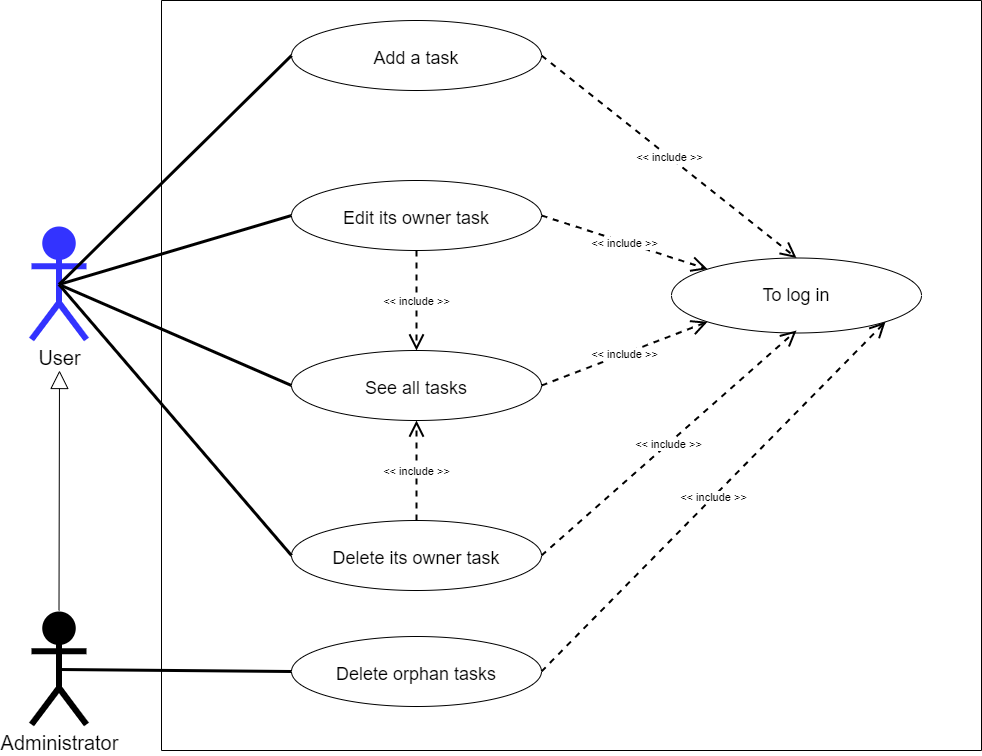
Earlier version of the draw.io export diagrams/P8_UML_DiagrammeCasUtilisation-Manage Tasks.drawio.png (siakamansaly/Audit-and-Improve-Symfony-App). Source tidied: cells renumbered, new cells last; positions are measured from the earlier drawing's top-left corner, leaving out a move shared by most shapes.
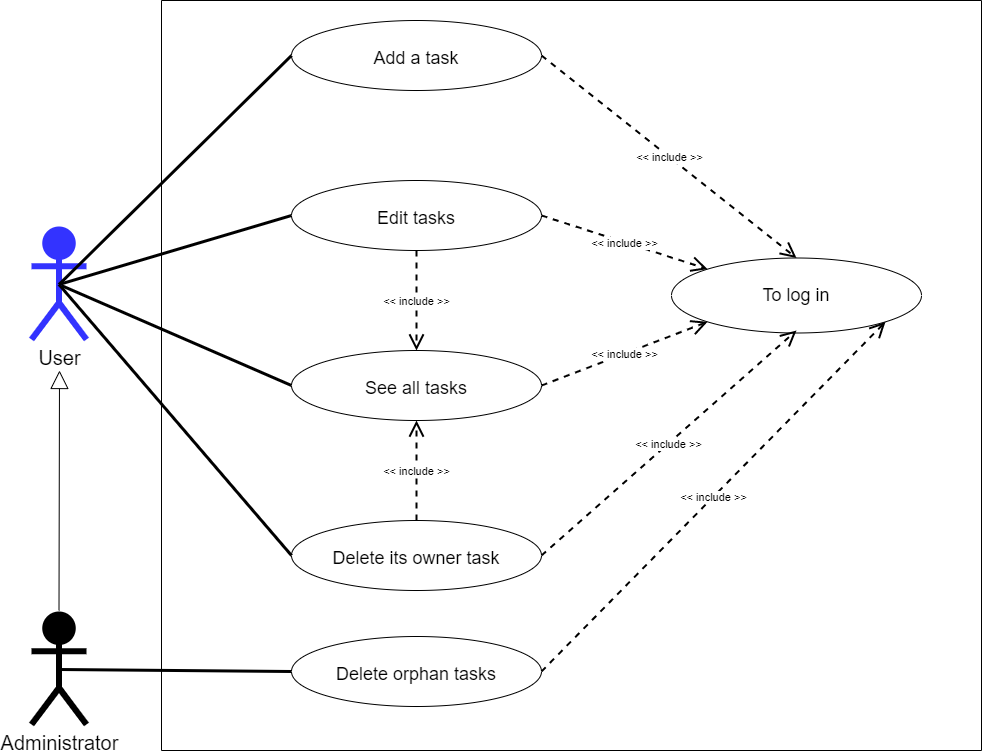
After the commit.

Commit message:
update uml diagrams

The edit, as a diff of the source:
```diff
@@ -34,7 +34,7 @@
         </mxGeometry>
       </mxCell>
     </object>
-    <mxCell id="9" value="Edit its owner task" style="ellipse;whiteSpace=wrap;html=1;align=center;fontSize=18;spacingTop=5;" parent="2" vertex="1">
+    <mxCell id="9" value="Edit tasks" style="ellipse;whiteSpace=wrap;html=1;align=center;fontSize=18;spacingTop=5;" parent="2" vertex="1">
       <mxGeometry x="130" y="180" width="250" height="70" as="geometry" />
     </mxCell>
     <mxCell id="10" value="Delete its owner task" style="ellipse;whiteSpace=wrap;html=1;align=center;fontSize=18;spacingTop=5;" parent="2" vertex="1">
```
